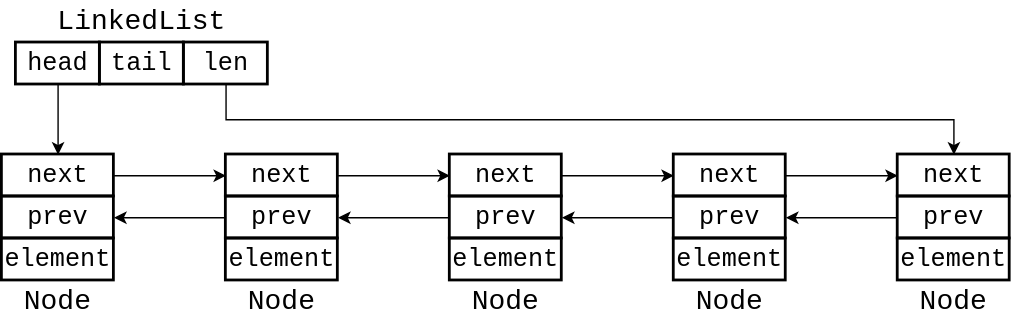
The draw.io diagram src/dive-deeper/img/collections-linked_list.svg in rust-for-backend-developers/rust-for-backend-developers.github.io, before a commit. Source tidied: cells renumbered, new cells last; positions are measured from the earlier drawing's top-left corner, leaving out a move shared by most shapes.
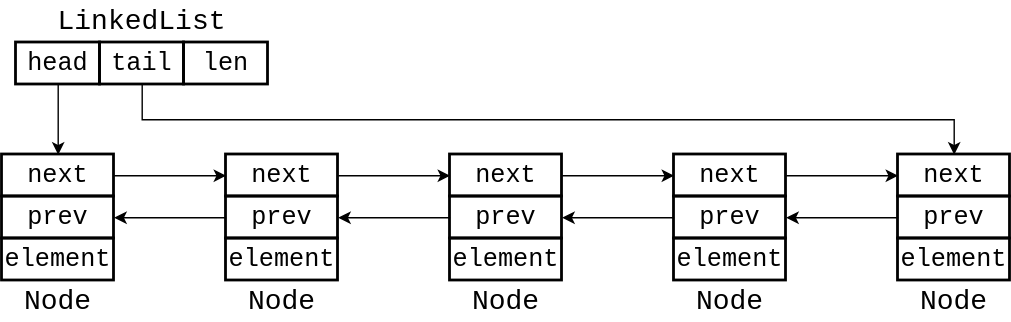
After the change.

Change to the diagram source:
```diff
@@ -11,8 +11,13 @@
     <mxCell id="4" value="&lt;font style=&quot;font-size: 18px;&quot; face=&quot;Courier New&quot;&gt;tail&lt;/font&gt;" style="rounded=0;whiteSpace=wrap;html=1;fillColor=none;strokeWidth=2;" parent="1" vertex="1">
       <mxGeometry x="70" y="30" width="60" height="30" as="geometry" />
     </mxCell>
-    <mxCell id="5" style="edgeStyle=orthogonalEdgeStyle;rounded=0;jettySize=auto;html=1;exitX=0.5;exitY=1;exitDx=0;exitDy=0;entryX=0.5;entryY=0;entryDx=0;entryDy=0;" parent="1" edge="1" source="6" target="26">
-      <mxGeometry relative="1" as="geometry" />
+    <mxCell id="5" style="edgeStyle=orthogonalEdgeStyle;rounded=0;jettySize=auto;html=1;exitX=0.5;exitY=1;exitDx=0;exitDy=0;entryX=0.5;entryY=0;entryDx=0;entryDy=0;" parent="1" edge="1" source="4" target="26">
+      <mxGeometry relative="1" as="geometry">
+        <Array as="points">
+          <mxPoint x="100" y="85" />
+          <mxPoint x="680" y="85" />
+        </Array>
+      </mxGeometry>
     </mxCell>
     <mxCell id="6" value="&lt;font style=&quot;font-size: 18px;&quot; face=&quot;Courier New&quot;&gt;len&lt;/font&gt;" style="rounded=0;whiteSpace=wrap;html=1;fillColor=none;strokeWidth=2;" parent="1" vertex="1">
       <mxGeometry x="130" y="30" width="60" height="30" as="geometry" />
```
